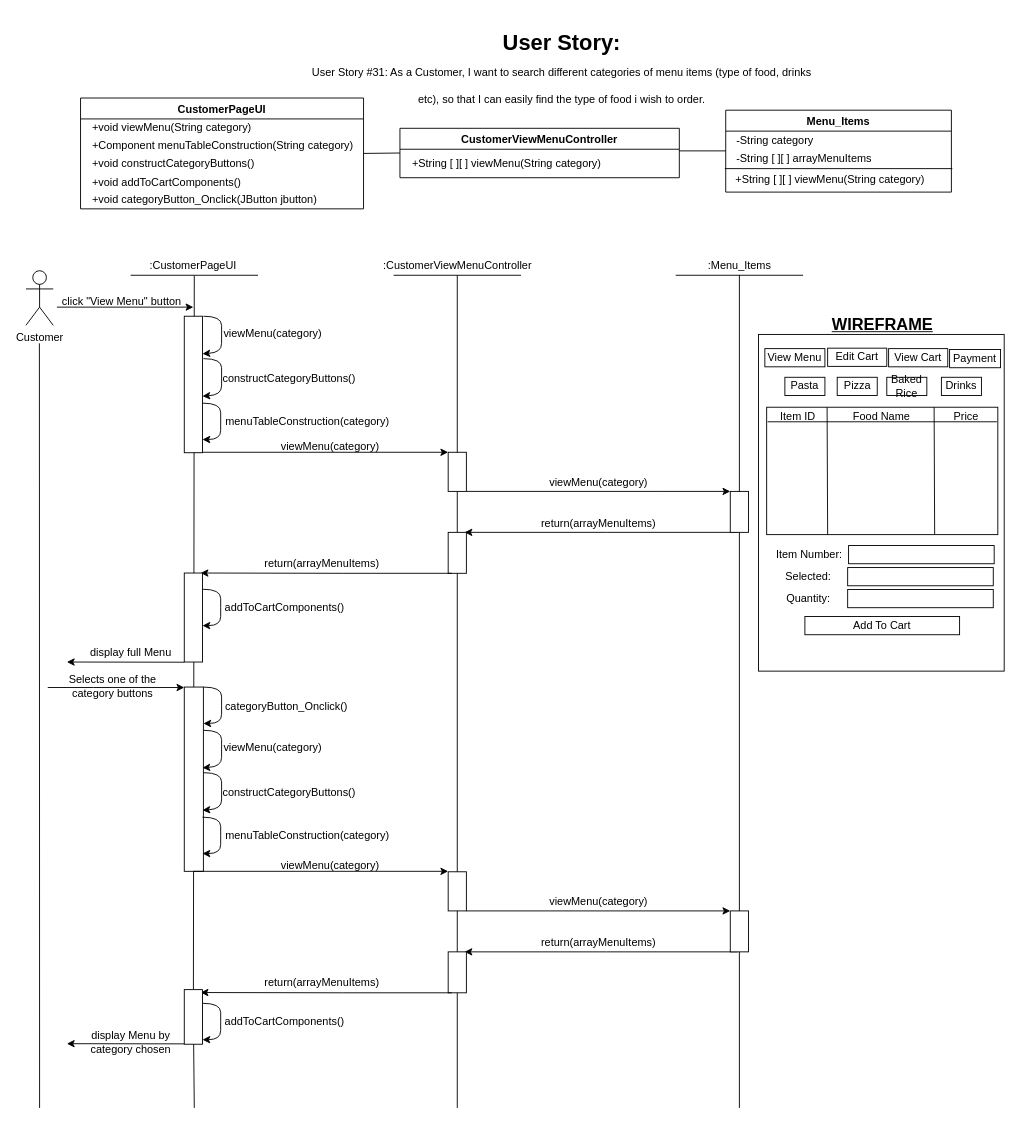
Earlier version of the draw.io diagram BCE_UML_and_Diagrams/Customer/Customer_SearchCategory(#31)/UserStory#31_Customer_SearchCategory.drawio (extred5700/JAVAGUI-Restaurant-Table-Order-System). Source tidied: cells renumbered, new cells numbered last; positions are measured from the earlier drawing's top-left corner, leaving out a move shared by most shapes. Both pictures are drawn from the tidied source at 91%, with x=0, y=0 at pixel (25, 25).
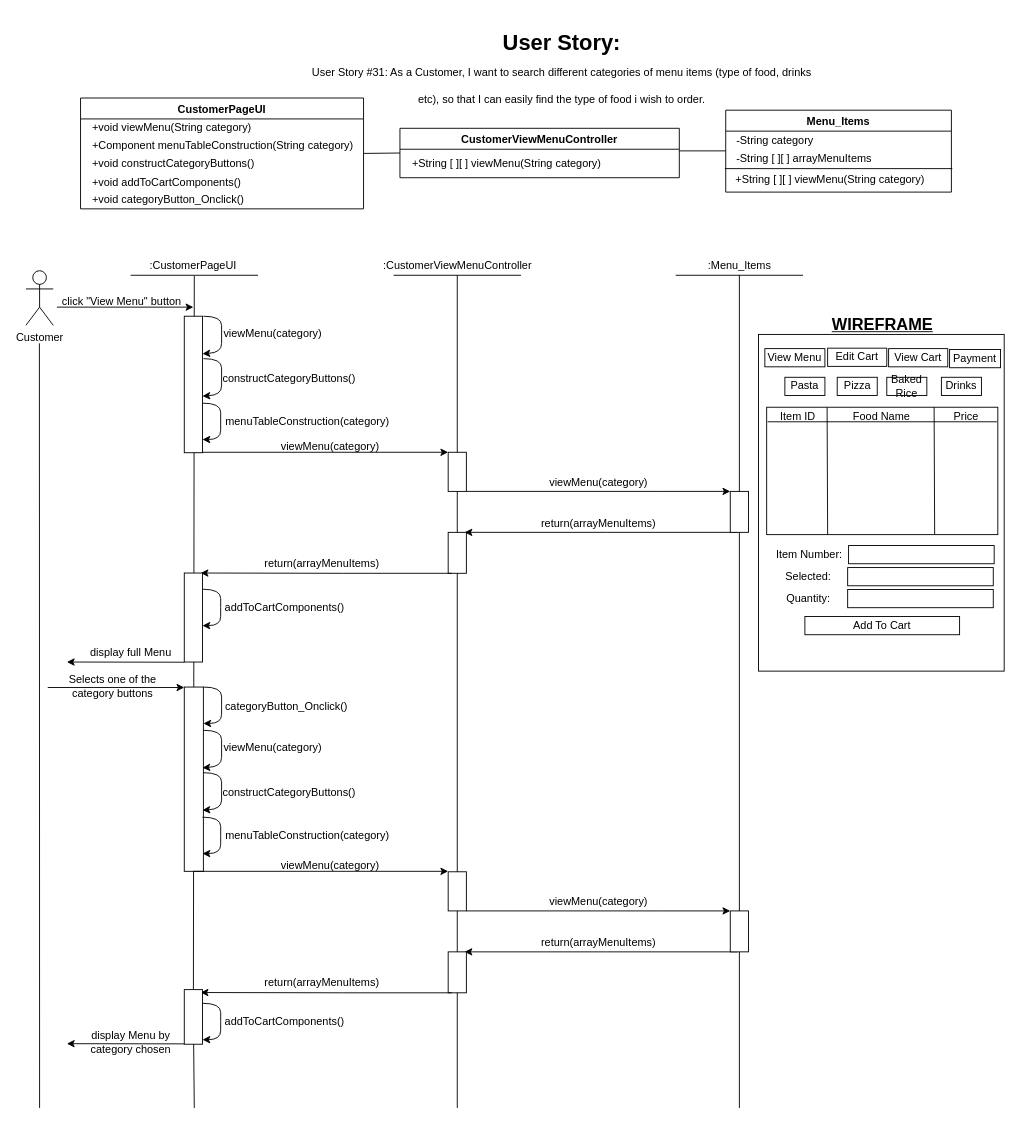
The same page after the edit.

The change refers to these unchanged cells:
```xml
<mxCell id="4" value="CustomerPageUI" style="swimlane;" parent="1" vertex="1">
  <mxGeometry x="60" y="80.2" width="311" height="121.8" as="geometry" />
</mxCell>
```

What changed in the source:
```diff
@@
-    <mxCell id="9" value="+void categoryButton_Onclick(JButton jbutton)" style="text;html=1;align=left;verticalAlign=middle;strokeColor=none;fillColor=none;" parent="4" vertex="1">
-      <mxGeometry x="11" y="101.8" width="260" height="20" as="geometry" />
+    <mxCell id="9" value="+void categoryButton_Onclick()" style="text;html=1;align=left;verticalAlign=middle;strokeColor=none;fillColor=none;" parent="4" vertex="1">
+      <mxGeometry x="11" y="101.8" width="180" height="20" as="geometry" />
     </mxCell>
```
